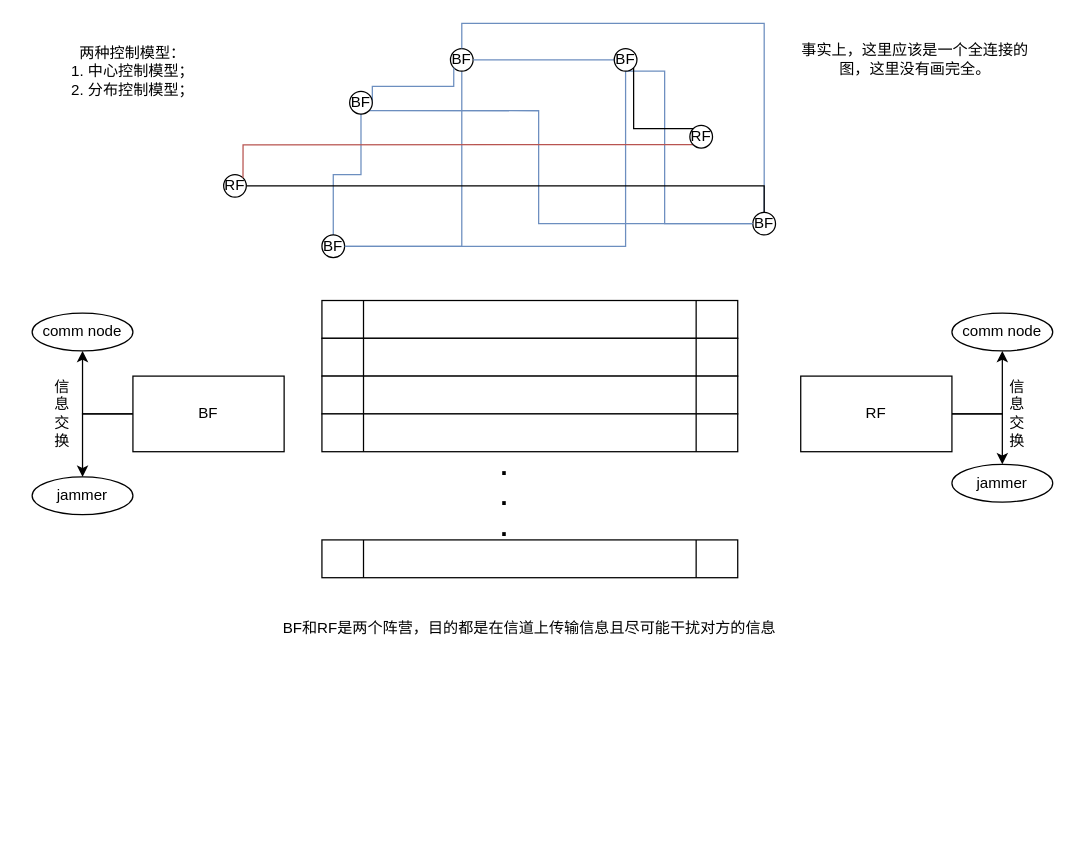
Earlier version of the draw.io diagram 强化学习.drawio (zjtone/RL-Note). Source tidied: cells renumbered, new cells numbered last; positions are measured from the earlier drawing's top-left corner, leaving out a move shared by most shapes. Both pictures are drawn from the tidied source at 126%, with x=0, y=0 at pixel (32, 33).
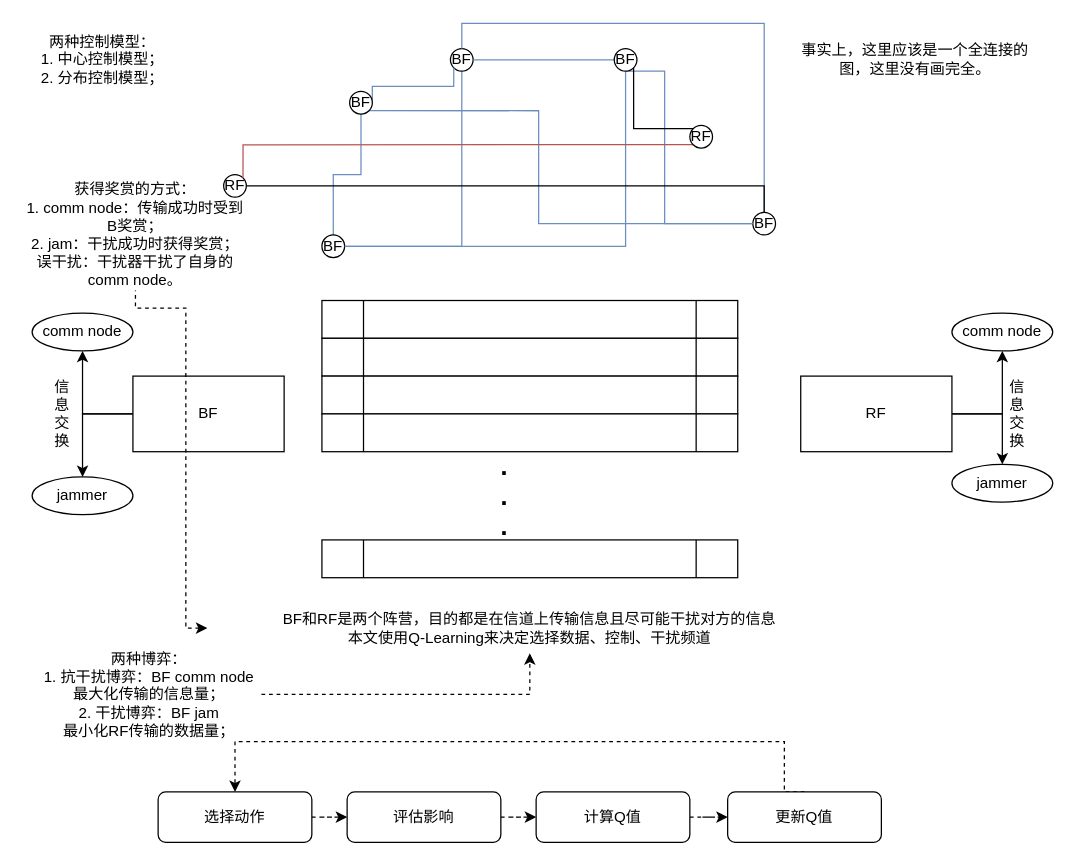
Above is the later version.

Commit message:
更新强化学习.drawio

Change to the diagram source:
```diff
@@
     <mxCell id="37" value="两种控制模型：&lt;br&gt;1. 中心控制模型；&lt;br&gt;2. 分布控制模型；&lt;br&gt;" style="text;html=1;strokeColor=none;fillColor=none;align=center;verticalAlign=middle;whiteSpace=wrap;rounded=0;fontSize=12;" parent="1" vertex="1">
-      <mxGeometry x="24" y="-0.5" width="112" height="61" as="geometry" />
+      <mxGeometry y="-9.5" width="112" height="61" as="geometry" />
     </mxCell>
@@
+    <mxCell id="41" style="edgeStyle=orthogonalEdgeStyle;rounded=0;jettySize=auto;html=1;startArrow=classic;startFill=1;endArrow=none;endFill=0;fontSize=12;entryX=0.5;entryY=1;entryDx=0;entryDy=0;dashed=1;" parent="1" edge="1" source="40" target="42">
+      <mxGeometry relative="1" as="geometry">
+        <Array as="points">
+          <mxPoint x="122" y="472" />
+          <mxPoint x="122" y="218" />
+        </Array>
+      </mxGeometry>
+    </mxCell>
-    <mxCell id="40" value="BF和RF是两个阵营，目的都是在信道上传输信息且尽可能干扰对方的信息" style="text;html=1;strokeColor=none;fillColor=none;align=center;verticalAlign=middle;whiteSpace=wrap;rounded=0;fontSize=12;" parent="1" vertex="1">
-      <mxGeometry x="139" y="462" width="512" height="20" as="geometry" />
+    <mxCell id="40" value="BF和RF是两个阵营，目的都是在信道上传输信息且尽可能干扰对方的信息&lt;br&gt;本文使用Q-Learning来决定选择数据、控制、干扰频道&lt;br&gt;" style="text;html=1;strokeColor=none;fillColor=none;align=center;verticalAlign=middle;whiteSpace=wrap;rounded=0;fontSize=12;" parent="1" vertex="1">
+      <mxGeometry x="139" y="452" width="512" height="40" as="geometry" />
     </mxCell>
+    <mxCell id="42" value="获得奖赏的方式：&lt;br&gt;1. comm node：传输成功时受到B奖赏；&lt;br&gt;2. jam：干扰成功时获得奖赏；&lt;br&gt;误干扰：干扰器干扰了自身的comm node。&lt;br&gt;" style="text;html=1;strokeColor=none;fillColor=none;align=center;verticalAlign=middle;whiteSpace=wrap;rounded=0;fontSize=12;" parent="1" vertex="1">
+      <mxGeometry x="-8" y="116" width="180" height="88" as="geometry" />
+    </mxCell>
+    <mxCell id="43" style="edgeStyle=orthogonalEdgeStyle;rounded=0;jettySize=auto;html=1;exitX=1;exitY=0.5;exitDx=0;exitDy=0;dashed=1;startArrow=none;startFill=0;endArrow=classic;endFill=1;fontSize=12;" parent="1" edge="1" source="44" target="40">
+      <mxGeometry relative="1" as="geometry">
+        <Array as="points">
+          <mxPoint x="395" y="524" />
+        </Array>
+      </mxGeometry>
+    </mxCell>
+    <mxCell id="44" value="两种博弈：&lt;br&gt;1. 抗干扰博弈：BF comm node最大化传输的信息量；&lt;br&gt;2. 干扰博弈：BF jam &lt;br&gt;最小化RF传输的数据量；&lt;br&gt;" style="text;html=1;strokeColor=none;fillColor=none;align=center;verticalAlign=middle;whiteSpace=wrap;rounded=0;fontSize=12;" parent="1" vertex="1">
+      <mxGeometry x="4" y="482" width="178" height="85" as="geometry" />
+    </mxCell>
+    <mxCell id="45" style="edgeStyle=orthogonalEdgeStyle;rounded=0;jettySize=auto;html=1;exitX=1;exitY=0.5;exitDx=0;exitDy=0;dashed=1;startArrow=none;startFill=0;endArrow=classic;endFill=1;fontSize=12;" parent="1" edge="1" source="46" target="50">
+      <mxGeometry relative="1" as="geometry" />
+    </mxCell>
+    <mxCell id="46" value="选择动作" style="rounded=1;whiteSpace=wrap;html=1;strokeWidth=1;fontSize=12;" parent="1" vertex="1">
+      <mxGeometry x="100" y="602" width="122" height="40" as="geometry" />
+    </mxCell>
+    <mxCell id="47" style="edgeStyle=orthogonalEdgeStyle;rounded=0;jettySize=auto;html=1;exitX=0.5;exitY=0;exitDx=0;exitDy=0;entryX=0.5;entryY=0;entryDx=0;entryDy=0;dashed=1;startArrow=none;startFill=0;endArrow=classic;endFill=1;fontSize=12;" parent="1" edge="1" source="48" target="46">
+      <mxGeometry relative="1" as="geometry">
+        <Array as="points">
+          <mxPoint x="597" y="602" />
+          <mxPoint x="597" y="562" />
+          <mxPoint x="161" y="562" />
+        </Array>
+      </mxGeometry>
+    </mxCell>
+    <mxCell id="48" value="更新Q值" style="rounded=1;whiteSpace=wrap;html=1;strokeWidth=1;fontSize=12;" parent="1" vertex="1">
+      <mxGeometry x="552" y="602" width="122" height="40" as="geometry" />
+    </mxCell>
+    <mxCell id="49" style="edgeStyle=orthogonalEdgeStyle;rounded=0;jettySize=auto;html=1;exitX=1;exitY=0.5;exitDx=0;exitDy=0;dashed=1;startArrow=none;startFill=0;endArrow=classic;endFill=1;fontSize=12;" parent="1" edge="1" source="50" target="52">
+      <mxGeometry relative="1" as="geometry" />
+    </mxCell>
+    <mxCell id="50" value="评估影响" style="rounded=1;whiteSpace=wrap;html=1;strokeWidth=1;fontSize=12;" parent="1" vertex="1">
+      <mxGeometry x="250" y="602" width="122" height="40" as="geometry" />
+    </mxCell>
+    <mxCell id="51" style="edgeStyle=orthogonalEdgeStyle;rounded=0;jettySize=auto;html=1;exitX=1;exitY=0.5;exitDx=0;exitDy=0;dashed=1;startArrow=none;startFill=0;endArrow=classic;endFill=1;fontSize=12;" parent="1" edge="1" source="52" target="48">
+      <mxGeometry relative="1" as="geometry" />
+    </mxCell>
+    <mxCell id="52" value="计算Q值" style="rounded=1;whiteSpace=wrap;html=1;strokeWidth=1;fontSize=12;" parent="1" vertex="1">
+      <mxGeometry x="400" y="602" width="122" height="40" as="geometry" />
+    </mxCell>
```
